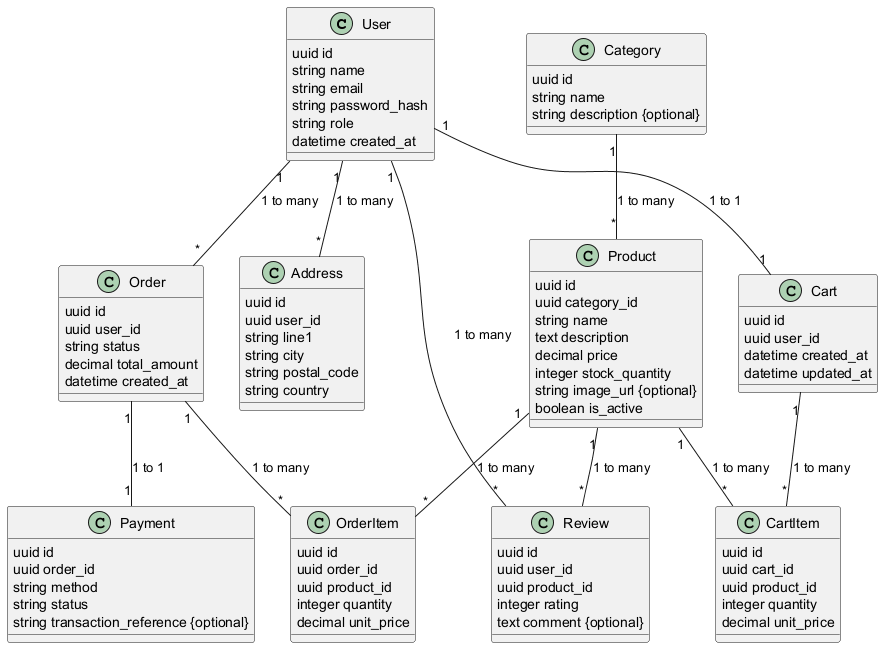
Dulneth210229/Auto-Forge-Agentic-System keeps this PlantUML diagram as services/agentic_service/outputs/runs/RUN-0001/architecture/v2/diagrams/class_v2.png. Above is the earlier version.
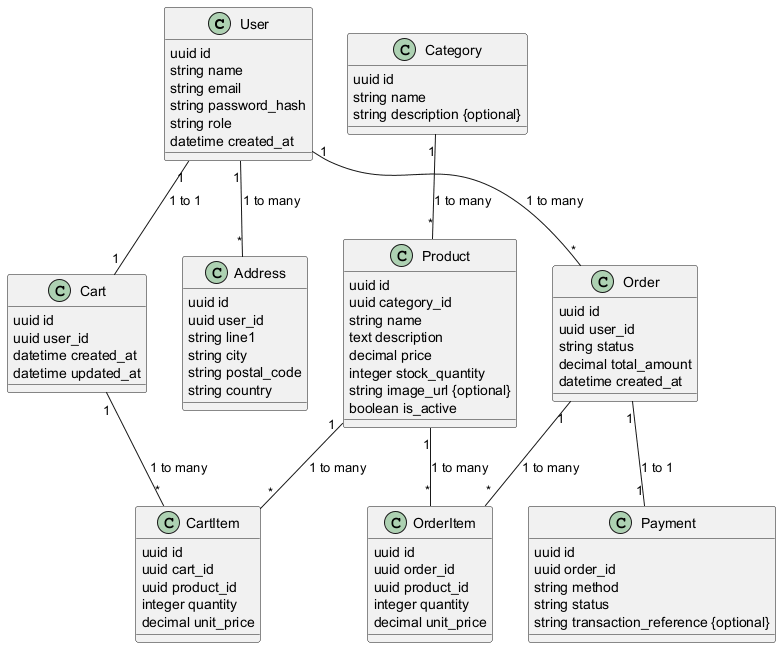
The same diagram one commit later.

Diff of the diagram source:
```diff
@@ -75,14 +75,6 @@
   string country
 }
 
-class Review {
-  uuid id
-  uuid user_id
-  uuid product_id
-  integer rating
-  text comment {optional}
-}
-
 User "1" -- "1" Cart : 1 to 1
 Cart "1" -- "*" CartItem : 1 to many
 Product "1" -- "*" CartItem : 1 to many
@@ -92,7 +84,5 @@
 Order "1" -- "1" Payment : 1 to 1
 Category "1" -- "*" Product : 1 to many
 User "1" -- "*" Address : 1 to many
-User "1" -- "*" Review : 1 to many
-Product "1" -- "*" Review : 1 to many
 
 @enduml
```
